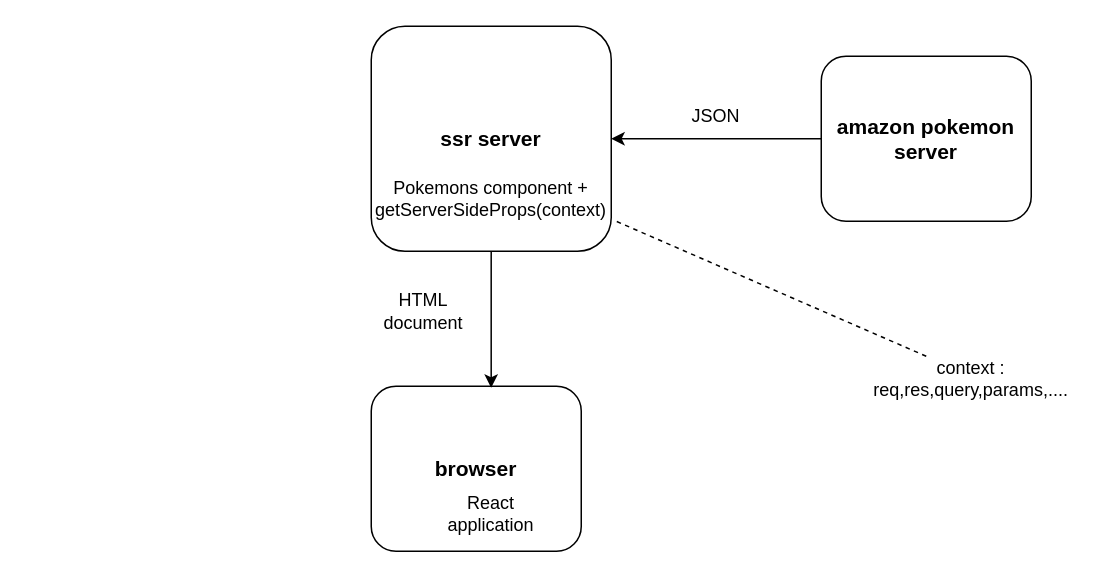
Earlier version of the draw.io diagram figs/server-side-rendering.drawio (NathanKr/next.js-pokemon-ssr). Source tidied: cells renumbered, new cells numbered last; positions are measured from the earlier drawing's top-left corner, leaving out a move shared by most shapes. Both pictures are drawn from the tidied source at 150%, with x=0, y=0 at pixel (370, 26).
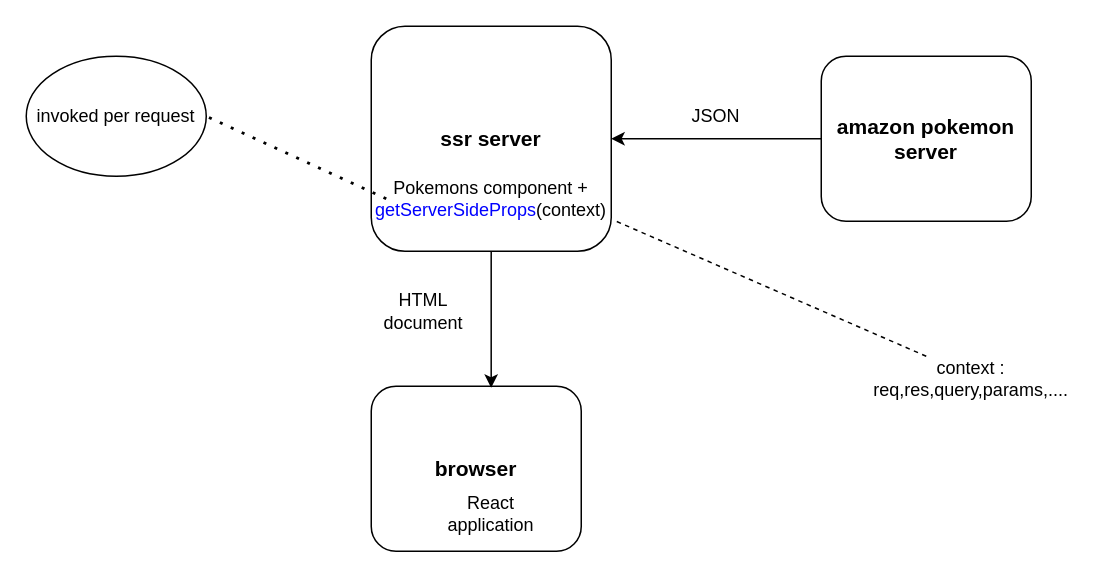
The same diagram, later.

Commit message (it also covers changes not shown here):
better schema

Diff of the diagram source:
```diff
@@
 <mxGraphModel>
   <root>
     <mxCell id="0" />
     <mxCell id="1" parent="0" />
     <mxCell id="2" value="&lt;b&gt;&lt;font style=&quot;font-size: 14px&quot;&gt;ssr server&lt;/font&gt;&lt;/b&gt;" style="rounded=1;whiteSpace=wrap;html=1;" parent="1" vertex="1">
       <mxGeometry width="160" height="150" as="geometry" />
     </mxCell>
     <mxCell id="3" value="&lt;b&gt;&lt;font style=&quot;font-size: 14px&quot;&gt;browser&lt;/font&gt;&lt;/b&gt;" style="rounded=1;whiteSpace=wrap;html=1;" parent="1" vertex="1">
       <mxGeometry y="240" width="140" height="110" as="geometry" />
     </mxCell>
     <mxCell id="4" value="&lt;b&gt;&lt;font style=&quot;font-size: 14px&quot;&gt;amazon pokemon server&lt;/font&gt;&lt;/b&gt;" style="rounded=1;whiteSpace=wrap;html=1;" parent="1" vertex="1">
       <mxGeometry x="300" y="20" width="140" height="110" as="geometry" />
     </mxCell>
     <mxCell id="5" style="endArrow=classic;html=1;entryX=1;entryY=0.5;entryDx=0;entryDy=0;exitX=0;exitY=0.5;exitDx=0;exitDy=0;" parent="1" edge="1" source="4" target="2">
       <mxGeometry relative="1" as="geometry" />
     </mxCell>
     <mxCell id="6" value="JSON" style="text;html=1;strokeColor=none;fillColor=none;align=center;verticalAlign=middle;whiteSpace=wrap;rounded=0;" parent="1" vertex="1">
       <mxGeometry x="210" y="50" width="40" height="20" as="geometry" />
     </mxCell>
     <mxCell id="7" style="endArrow=classic;html=1;entryX=0.571;entryY=0.009;entryDx=0;entryDy=0;entryPerimeter=0;" parent="1" edge="1" source="2" target="3">
       <mxGeometry relative="1" as="geometry" />
     </mxCell>
     <mxCell id="8" value="HTML document" style="text;html=1;strokeColor=none;fillColor=none;align=center;verticalAlign=middle;whiteSpace=wrap;rounded=0;" parent="1" vertex="1">
       <mxGeometry x="10" y="180" width="50" height="20" as="geometry" />
     </mxCell>
-    <mxCell id="9" value="Pokemons component + getServerSideProps(context)" style="text;html=1;strokeColor=none;fillColor=none;align=center;verticalAlign=middle;whiteSpace=wrap;rounded=0;" parent="1" vertex="1">
+    <mxCell id="9" value="Pokemons component + &lt;font color=&quot;#0000ff&quot;&gt;getServerSideProps&lt;/font&gt;(context)" style="text;html=1;strokeColor=none;fillColor=none;align=center;verticalAlign=middle;whiteSpace=wrap;rounded=0;" parent="1" vertex="1">
       <mxGeometry x="30" y="90" width="100" height="50" as="geometry" />
     </mxCell>
     <mxCell id="10" value="React application" style="text;html=1;strokeColor=none;fillColor=none;align=center;verticalAlign=middle;whiteSpace=wrap;rounded=0;" parent="1" vertex="1">
       <mxGeometry x="50" y="310" width="60" height="30" as="geometry" />
     </mxCell>
     <mxCell id="11" style="endArrow=none;dashed=1;html=1;entryX=1.006;entryY=0.86;entryDx=0;entryDy=0;entryPerimeter=0;" parent="1" edge="1" target="2">
       <mxGeometry relative="1" as="geometry">
         <mxPoint x="370" y="220" as="sourcePoint" />
       </mxGeometry>
     </mxCell>
     <mxCell id="12" value="context : req,res,query,params,...." style="text;html=1;strokeColor=none;fillColor=none;align=center;verticalAlign=middle;whiteSpace=wrap;rounded=0;" parent="1" vertex="1">
       <mxGeometry x="340" y="220" width="120" height="30" as="geometry" />
     </mxCell>
+    <mxCell id="13" value="invoked per request" style="ellipse;whiteSpace=wrap;html=1;" parent="1" vertex="1">
+      <mxGeometry x="-230" y="20" width="120" height="80" as="geometry" />
+    </mxCell>
+    <mxCell id="14" style="endArrow=none;dashed=1;html=1;dashPattern=1 3;strokeWidth=2;entryX=1;entryY=0.5;entryDx=0;entryDy=0;" parent="1" edge="1" target="13">
+      <mxGeometry relative="1" as="geometry">
+        <mxPoint x="10" y="115" as="sourcePoint" />
+      </mxGeometry>
+    </mxCell>
   </root>
 </mxGraphModel>
```
